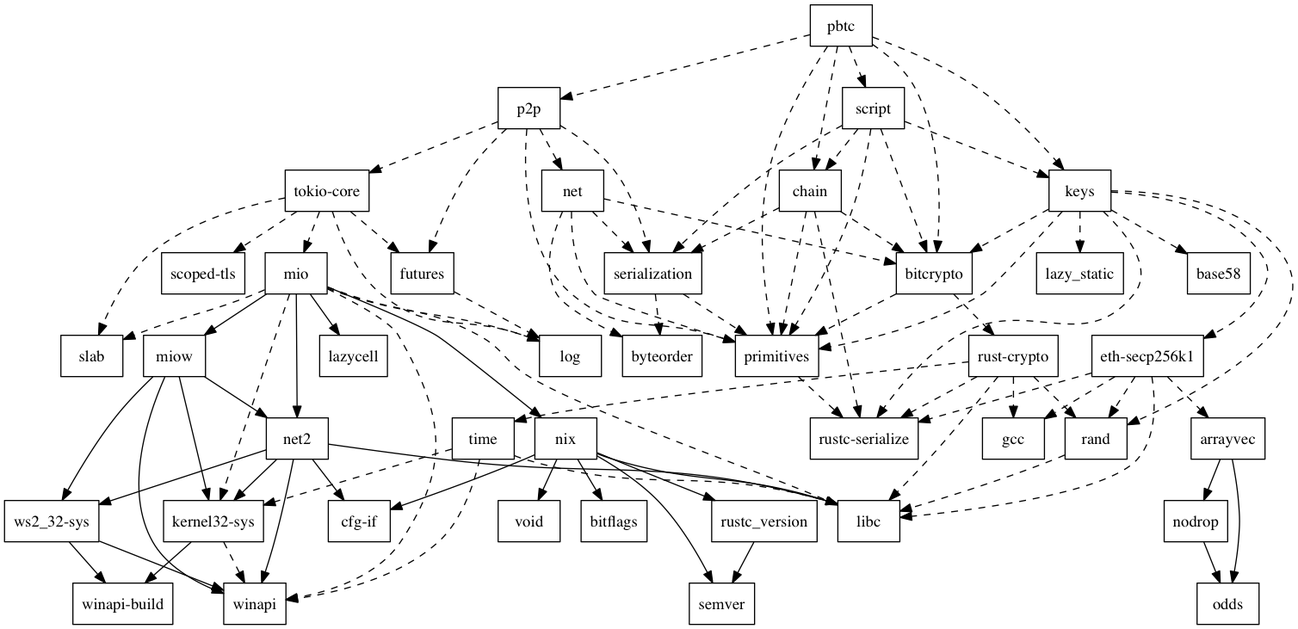
This is tools/graph.png from paritytech/parity-bitcoin, a Graphviz export, as it was before one commit. Its source is kept beside it as tools/graph.dot.
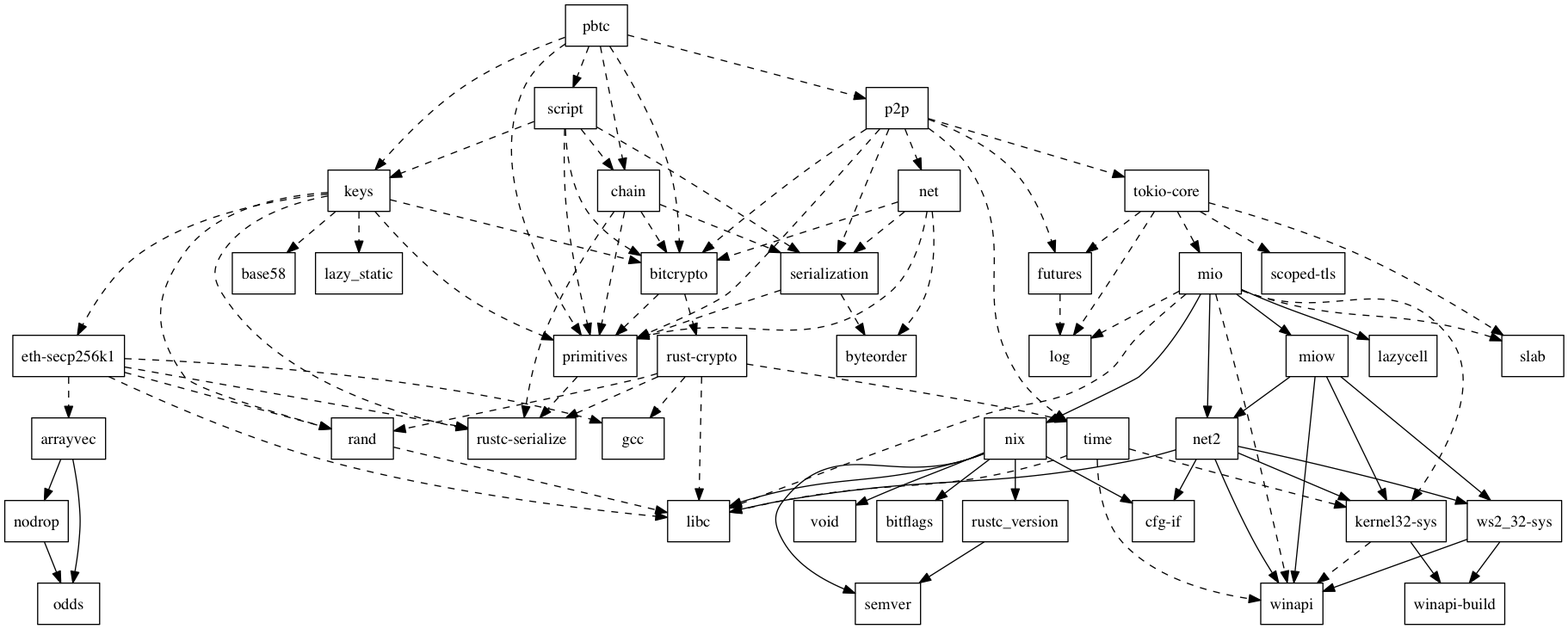
Above is the later version.

What changed in the source:
```diff
@@ -37,8 +37,8 @@
 	N35[label="rustc_version",shape=box];
 	N36[label="semver",shape=box];
 	N37[label="void",shape=box];
-	N38[label="tokio-core",shape=box];
-	N39[label="time",shape=box];
+	N38[label="time",shape=box];
+	N39[label="tokio-core",shape=box];
 	N40[label="scoped-tls",shape=box];
 	N0 -> N1[label="",style=dashed];
 	N0 -> N2[label="",style=dashed];
@@ -59,11 +59,13 @@
 	N3 -> N17[label="",style=dashed];
 	N3 -> N20[label="",style=dashed];
 	N3 -> N26[label="",style=dashed];
+	N4 -> N1[label="",style=dashed];
 	N4 -> N5[label="",style=dashed];
 	N4 -> N16[label="",style=dashed];
 	N4 -> N21[label="",style=dashed];
 	N4 -> N34[label="",style=dashed];
 	N4 -> N38[label="",style=dashed];
+	N4 -> N39[label="",style=dashed];
 	N5 -> N15[label="",style=dashed];
 	N6 -> N1[label="",style=dashed];
 	N6 -> N2[label="",style=dashed];
@@ -77,7 +79,7 @@
 	N11 -> N18[label="",style=dashed];
 	N11 -> N19[label="",style=dashed];
 	N11 -> N20[label="",style=dashed];
-	N11 -> N39[label="",style=dashed];
+	N11 -> N38[label="",style=dashed];
 	N16 -> N5[label="",style=dashed];
 	N16 -> N13[label="",style=dashed];
 	N17 -> N7[label="",style=dashed];
@@ -120,12 +122,12 @@
 	N34 -> N13[label="",style=dashed];
 	N34 -> N16[label="",style=dashed];
 	N35 -> N36[label=""];
-	N38 -> N21[label="",style=dashed];
-	N38 -> N22[label="",style=dashed];
-	N38 -> N28[label="",style=dashed];
-	N38 -> N32[label="",style=dashed];
-	N38 -> N40[label="",style=dashed];
-	N39 -> N19[label="",style=dashed];
-	N39 -> N23[label="",style=dashed];
-	N39 -> N24[label="",style=dashed];
+	N38 -> N19[label="",style=dashed];
+	N38 -> N23[label="",style=dashed];
+	N38 -> N24[label="",style=dashed];
+	N39 -> N21[label="",style=dashed];
+	N39 -> N22[label="",style=dashed];
+	N39 -> N28[label="",style=dashed];
+	N39 -> N32[label="",style=dashed];
+	N39 -> N40[label="",style=dashed];
 }
```
